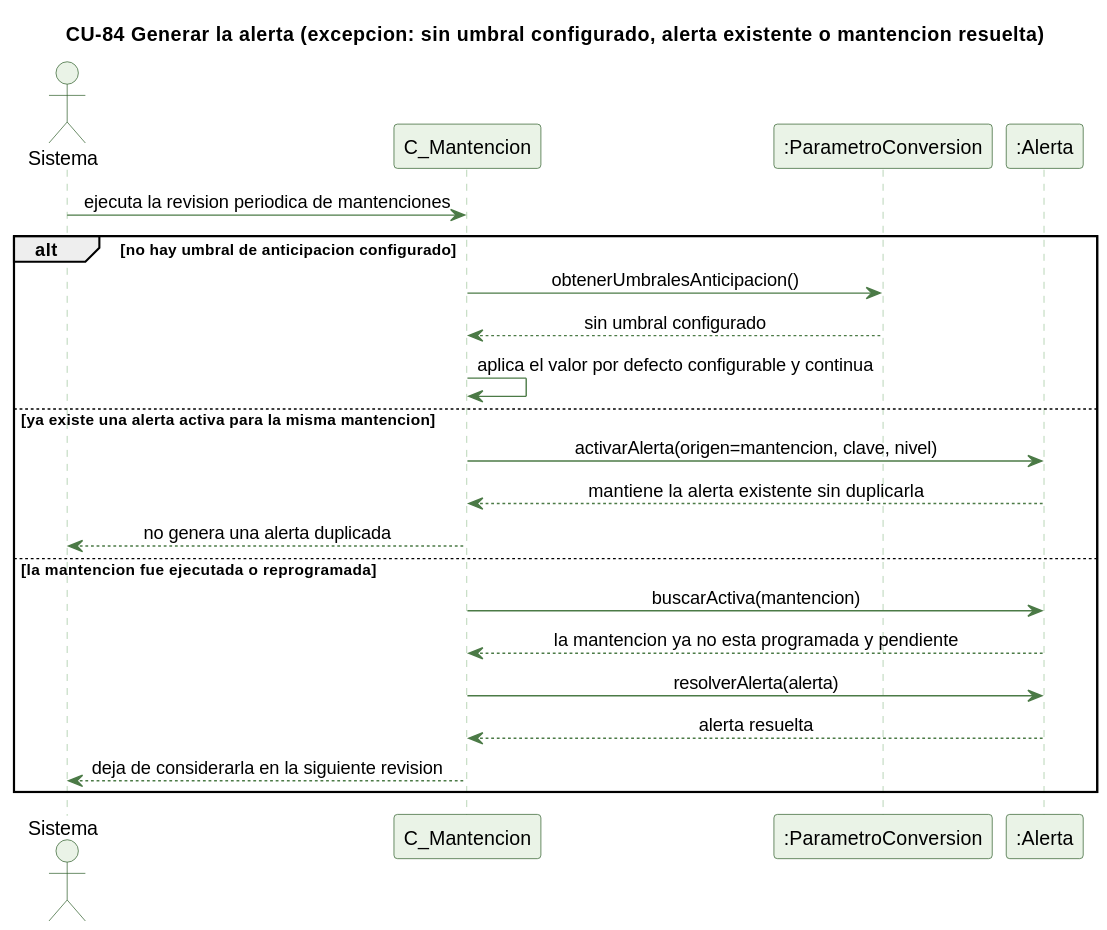
kenjikaese/Triverde keeps this PlantUML diagram as docs/trabajo-grupal/diagramas/secuencias/cu84-alerta-mantencion-excepcion.svg. Above is the earlier version.
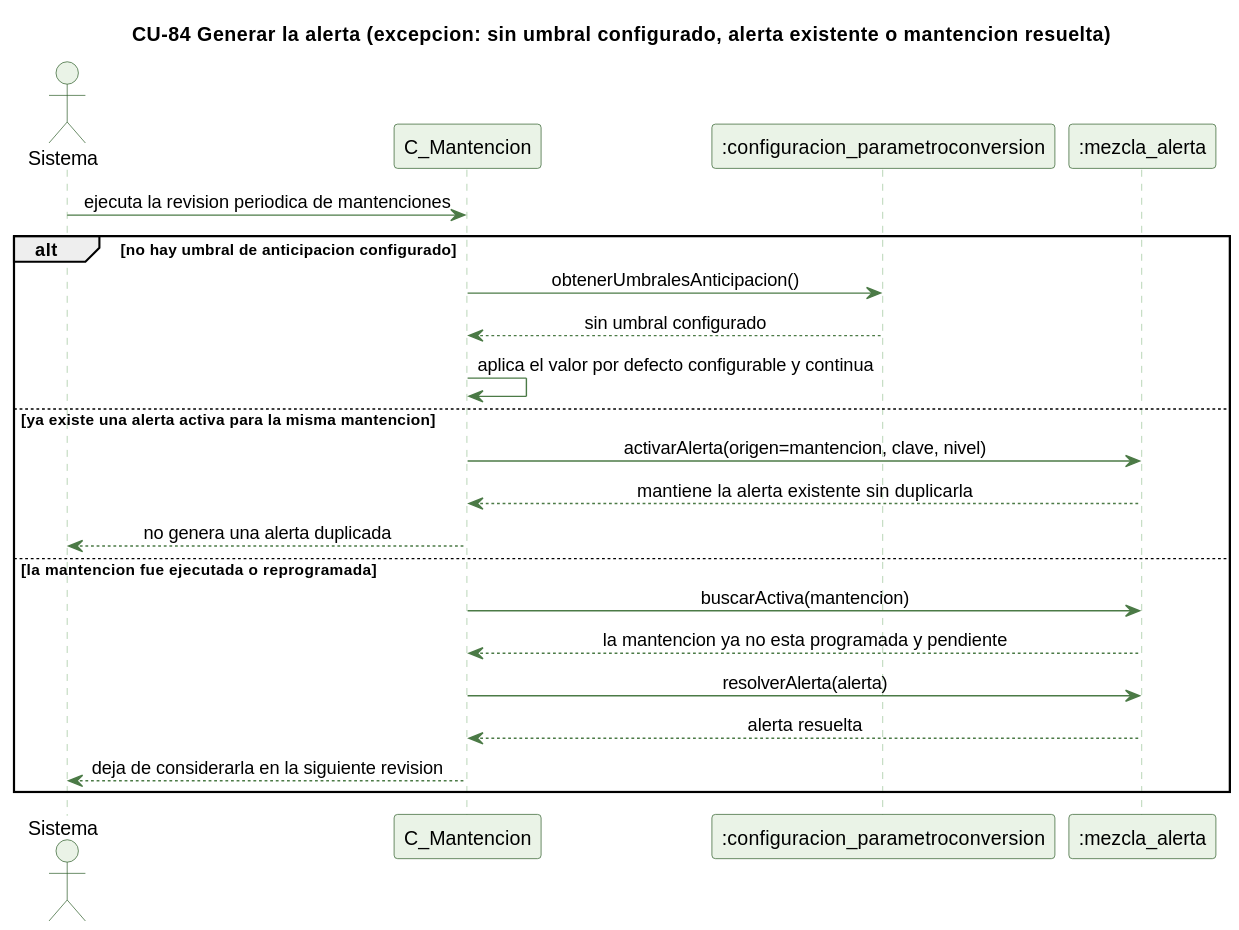
The same file after the commit.

The edit, as a diff of the source:
```diff
@@ -14,8 +14,8 @@
 
 actor Sistema
 participant "C_Mantencion" as C
-participant ":ParametroConversion" as PC
-participant ":Alerta" as A
+participant ":configuracion_parametroconversion" as PC
+participant ":mezcla_alerta" as A
 
 Sistema -> C : ejecuta la revision periodica de mantenciones
 alt no hay umbral de anticipacion configurado
```
